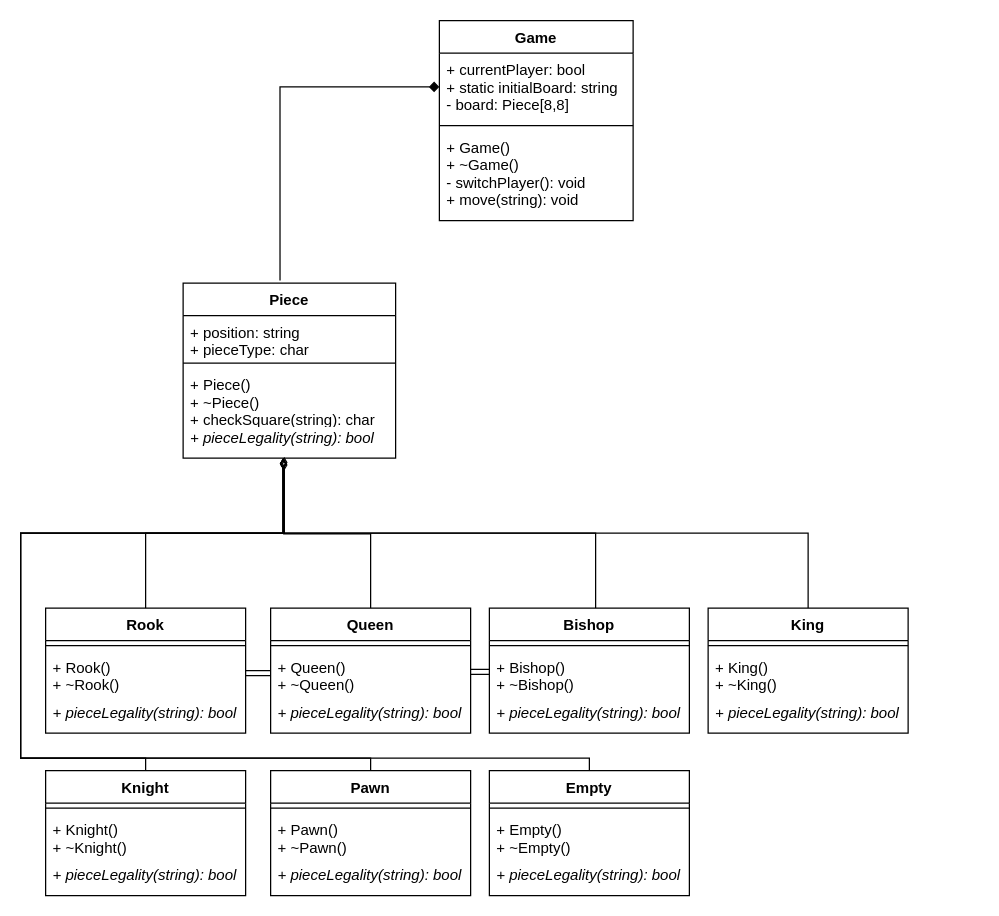
Earlier version of the draw.io diagram design.drawio (avnogy/chess-engine). Source tidied: cells renumbered, new cells numbered last; positions are measured from the earlier drawing's top-left corner, leaving out a move shared by most shapes. Both pictures are drawn from the tidied source at 125%, with x=0, y=0 at pixel (20, 20).
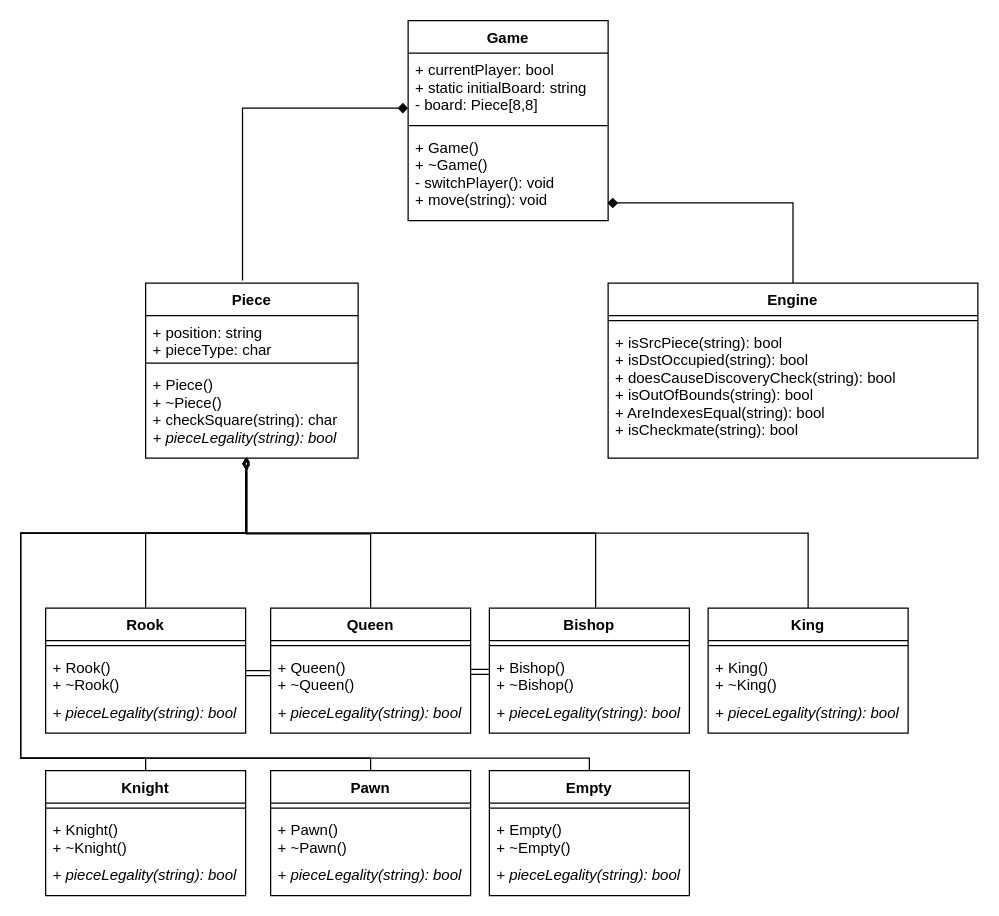
Above is the later version.

Commit message:
added engine class to UML

Unchanged cells that the change refers to:
```xml
<mxCell id="18" value="Knight" style="swimlane;fontStyle=1;align=center;verticalAlign=top;horizontal=1;startSize=26;" parent="1" vertex="1">
  <mxGeometry x="20" y="600" width="160" height="100" as="geometry" />
</mxCell>
<mxCell id="23" value="Pawn" style="swimlane;fontStyle=1;align=center;verticalAlign=top;horizontal=1;startSize=26;" parent="1" vertex="1">
  <mxGeometry x="200" y="600" width="160" height="100" as="geometry" />
</mxCell>
<mxCell id="28" value="Empty" style="swimlane;fontStyle=1;align=center;verticalAlign=top;horizontal=1;startSize=26;" parent="1" vertex="1">
  <mxGeometry x="375" y="600" width="160" height="100" as="geometry" />
</mxCell>
<mxCell id="38" value="Queen" style="swimlane;fontStyle=1;align=center;verticalAlign=top;horizontal=1;startSize=26;" parent="1" vertex="1">
  <mxGeometry x="200" y="470" width="160" height="100" as="geometry" />
</mxCell>
<mxCell id="43" value="Bishop" style="swimlane;fontStyle=1;align=center;verticalAlign=top;horizontal=1;startSize=26;" parent="1" vertex="1">
  <mxGeometry x="375" y="470" width="160" height="100" as="geometry" />
</mxCell>
```

The edit, as a diff of the source:
```diff
@@
     <mxCell id="2" value="Game" style="swimlane;fontStyle=1;align=center;verticalAlign=top;horizontal=1;startSize=26;" parent="1" vertex="1">
-      <mxGeometry x="335" width="155" height="160" as="geometry" />
+      <mxGeometry x="310" width="160" height="160" as="geometry" />
     </mxCell>
     <mxCell id="3" value="+ currentPlayer: bool&#10;+ static initialBoard: string&#10;- board: Piece[8,8]" style="text;strokeColor=none;fillColor=none;align=left;verticalAlign=top;spacingLeft=4;spacingRight=4;overflow=hidden;points=[[0,0.5],[1,0.5]];portConstraint=eastwest;" parent="2" vertex="1">
-      <mxGeometry y="26" width="155" height="54" as="geometry" />
+      <mxGeometry y="26" width="160" height="54" as="geometry" />
     </mxCell>
     <mxCell id="4" style="line;strokeWidth=1;fillColor=none;align=left;verticalAlign=middle;spacingTop=-1;spacingLeft=3;spacingRight=3;labelPosition=right;" parent="2" vertex="1">
-      <mxGeometry y="80" width="155" height="8" as="geometry" />
+      <mxGeometry y="80" width="160" height="8" as="geometry" />
     </mxCell>
     <mxCell id="5" value="+ Game()&#10;+ ~Game()&#10;- switchPlayer(): void&#10;+ move(string): void" style="text;strokeColor=none;fillColor=none;align=left;verticalAlign=top;spacingLeft=4;spacingRight=4;overflow=hidden;points=[[0,0.5],[1,0.5]];portConstraint=eastwest;" parent="2" vertex="1">
-      <mxGeometry y="88" width="155" height="72" as="geometry" />
+      <mxGeometry y="88" width="160" height="72" as="geometry" />
     </mxCell>
     <mxCell id="6" value="Piece" style="swimlane;fontStyle=1;align=center;verticalAlign=top;horizontal=1;startSize=26;" parent="1" vertex="1">
-      <mxGeometry x="130" y="210" width="170" height="140" as="geometry" />
+      <mxGeometry x="100" y="210" width="170" height="140" as="geometry" />
     </mxCell>
@@
-    <mxCell id="16" style="edgeStyle=orthogonalEdgeStyle;rounded=0;jettySize=auto;html=1;endArrow=diamond;endFill=1;exitX=0.456;exitY=-0.015;exitDx=0;exitDy=0;exitPerimeter=0;entryX=0;entryY=0.5;entryDx=0;entryDy=0;" parent="1" edge="1" source="6" target="3">
-      <mxGeometry relative="1" as="geometry" />
+    <mxCell id="16" style="edgeStyle=orthogonalEdgeStyle;rounded=0;jettySize=auto;html=1;endArrow=diamond;endFill=1;exitX=0.456;exitY=-0.015;exitDx=0;exitDy=0;exitPerimeter=0;" parent="1" edge="1" source="6">
+      <mxGeometry relative="1" as="geometry">
+        <mxPoint x="310" y="70" as="targetPoint" />
+        <Array as="points">
+          <mxPoint x="178" y="70" />
+          <mxPoint x="310" y="70" />
+        </Array>
+      </mxGeometry>
     </mxCell>
     <mxCell id="17" style="edgeStyle=orthogonalEdgeStyle;rounded=0;jettySize=auto;html=1;endArrow=diamondThin;endFill=0;" parent="1" edge="1" source="18">
       <mxGeometry relative="1" as="geometry">
-        <mxPoint x="210" y="350" as="targetPoint" />
+        <mxPoint x="180" y="350" as="targetPoint" />
         <Array as="points">
           <mxPoint x="100" y="590" />
           <mxPoint y="590" />
           <mxPoint y="410" />
-          <mxPoint x="210" y="410" />
+          <mxPoint x="180" y="410" />
+          <mxPoint x="180" y="350" />
         </Array>
       </mxGeometry>
     </mxCell>
@@
     <mxCell id="22" style="edgeStyle=orthogonalEdgeStyle;rounded=0;jettySize=auto;html=1;endArrow=diamondThin;endFill=0;" parent="1" edge="1" source="23">
       <mxGeometry relative="1" as="geometry">
-        <mxPoint x="210" y="350" as="targetPoint" />
+        <mxPoint x="180" y="350" as="targetPoint" />
         <Array as="points">
           <mxPoint x="280" y="590" />
           <mxPoint y="590" />
           <mxPoint y="410" />
-          <mxPoint x="210" y="410" />
+          <mxPoint x="180" y="410" />
+          <mxPoint x="180" y="350" />
         </Array>
       </mxGeometry>
     </mxCell>
@@
     <mxCell id="27" style="edgeStyle=orthogonalEdgeStyle;rounded=0;jettySize=auto;html=1;endArrow=diamondThin;endFill=0;" parent="1" edge="1" source="28">
       <mxGeometry relative="1" as="geometry">
-        <mxPoint x="210" y="350" as="targetPoint" />
+        <mxPoint x="180" y="350" as="targetPoint" />
         <Array as="points">
           <mxPoint x="455" y="590" />
           <mxPoint y="590" />
           <mxPoint y="410" />
-          <mxPoint x="210" y="410" />
+          <mxPoint x="180" y="410" />
+          <mxPoint x="180" y="350" />
         </Array>
       </mxGeometry>
     </mxCell>
@@
     <mxCell id="37" style="edgeStyle=orthogonalEdgeStyle;rounded=0;jettySize=auto;html=1;endArrow=diamondThin;endFill=0;exitX=0.5;exitY=0;exitDx=0;exitDy=0;" parent="1" edge="1" source="38">
       <mxGeometry relative="1" as="geometry">
-        <mxPoint x="210" y="350" as="targetPoint" />
+        <mxPoint x="180" y="350" as="targetPoint" />
       </mxGeometry>
     </mxCell>
@@
     <mxCell id="42" style="edgeStyle=orthogonalEdgeStyle;rounded=0;jettySize=auto;html=1;endArrow=diamondThin;endFill=0;" parent="1" edge="1" source="43">
       <mxGeometry relative="1" as="geometry">
-        <mxPoint x="210" y="350" as="targetPoint" />
+        <mxPoint x="180" y="350" as="targetPoint" />
         <Array as="points">
           <mxPoint x="460" y="410" />
-          <mxPoint x="210" y="410" />
+          <mxPoint x="180" y="410" />
+          <mxPoint x="180" y="350" />
         </Array>
       </mxGeometry>
     </mxCell>
@@
+    <mxCell id="49" style="edgeStyle=orthogonalEdgeStyle;rounded=0;jettySize=auto;html=1;entryX=0.997;entryY=0.803;entryDx=0;entryDy=0;entryPerimeter=0;endArrow=diamond;endFill=1;" parent="1" edge="1" source="50" target="5">
+      <mxGeometry relative="1" as="geometry" />
+    </mxCell>
+    <mxCell id="50" value="Engine" style="swimlane;fontStyle=1;align=center;verticalAlign=top;horizontal=1;startSize=26;" parent="1" vertex="1">
+      <mxGeometry x="470" y="210" width="295.8" height="140" as="geometry" />
+    </mxCell>
+    <mxCell id="51" style="line;strokeWidth=1;fillColor=none;align=left;verticalAlign=middle;spacingTop=-1;spacingLeft=3;spacingRight=3;labelPosition=right;" parent="50" vertex="1">
+      <mxGeometry y="26" width="295.8" height="8" as="geometry" />
+    </mxCell>
+    <mxCell id="52" value="+ isSrcPiece(string): bool&#10;+ isDstOccupied(string): bool&#10;+ doesCauseDiscoveryCheck(string): bool&#10;+ isOutOfBounds(string): bool&#10;+ AreIndexesEqual(string): bool&#10;+ isCheckmate(string): bool" style="text;strokeColor=none;fillColor=none;align=left;verticalAlign=top;spacingLeft=4;spacingRight=4;overflow=hidden;" parent="50" vertex="1">
+      <mxGeometry y="34" width="295.8" height="106" as="geometry" />
+    </mxCell>
```
